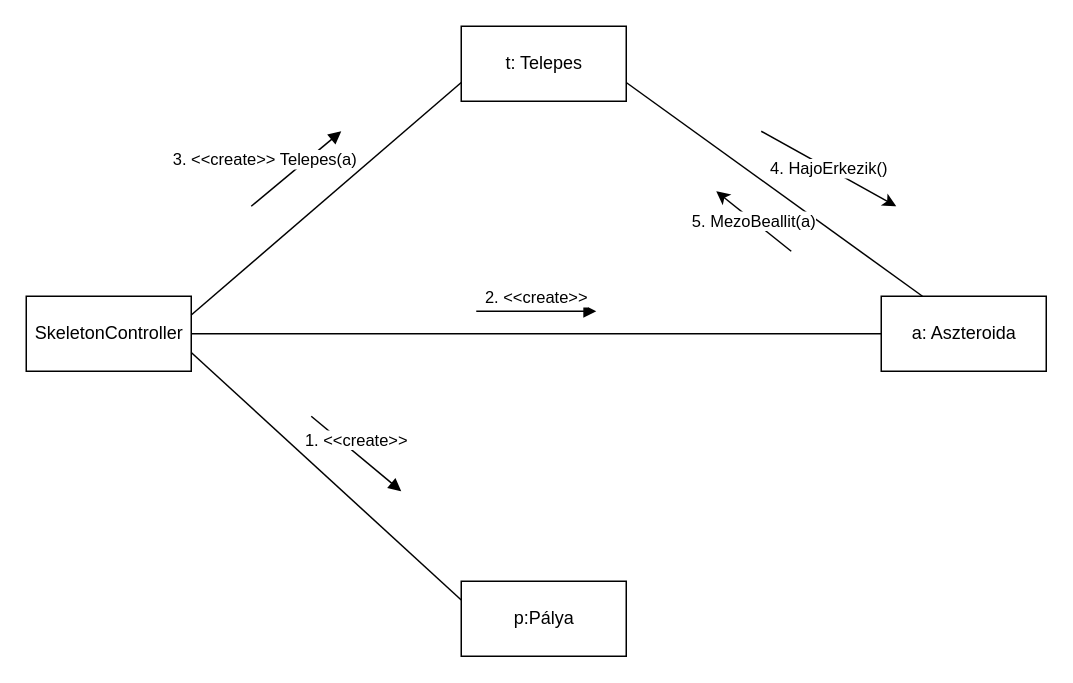
Earlier version of the draw.io diagram page "Page-1" (1 of 2) of doc/kommunikacio/kom_NapviharTelepes.drawio (torpeBoiGo/aszteroidabanyaszat). Source tidied: cells renumbered, new cells numbered last; positions are measured from the earlier drawing's top-left corner, leaving out a move shared by most shapes. Both pictures are drawn from the tidied source at 150%, with x=0, y=0 at pixel (26, 26).
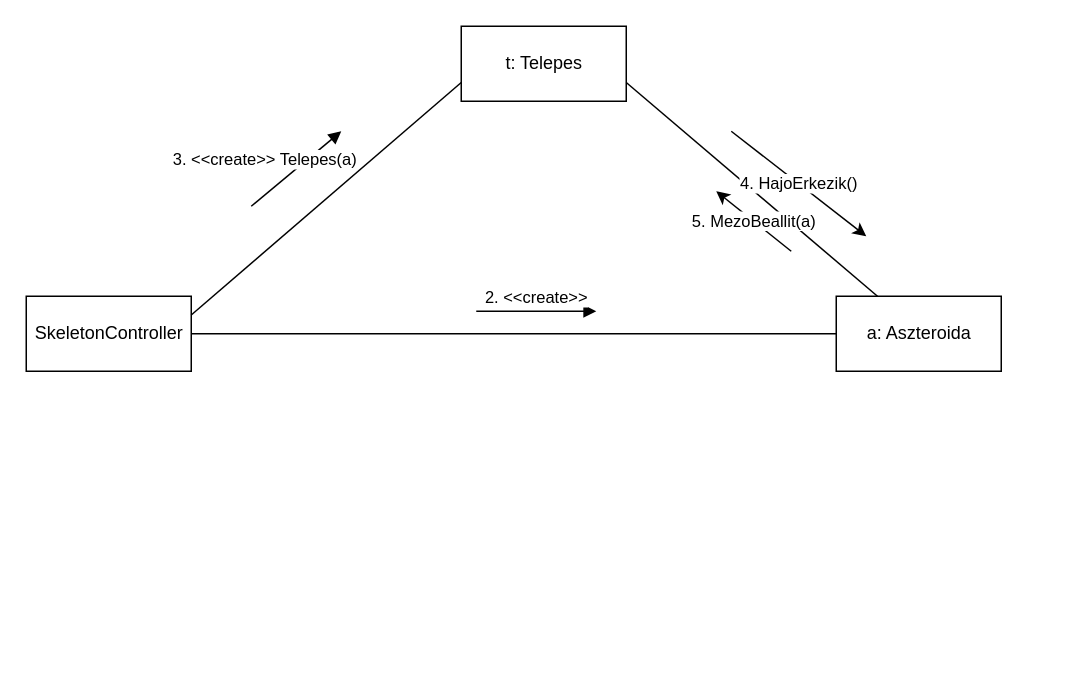
After the change.

Commit message:
nem kell Palya

What changed in the source:
```diff
@@
 <mxGraphModel>
   <root>
     <mxCell id="0" />
     <mxCell id="1" parent="0" />
     <mxCell id="2" value="SkeletonController" style="html=1;" parent="1" vertex="1">
       <mxGeometry y="180" width="110" height="50" as="geometry" />
     </mxCell>
     <mxCell id="3" value="t: Telepes" style="html=1;" parent="1" vertex="1">
       <mxGeometry x="290" width="110" height="50" as="geometry" />
     </mxCell>
     <mxCell id="4" value="a: Aszteroida" style="html=1;" parent="1" vertex="1">
-      <mxGeometry x="570" y="180" width="110" height="50" as="geometry" />
+      <mxGeometry x="540" y="180" width="110" height="50" as="geometry" />
     </mxCell>
-    <mxCell id="5" value="p:Pálya" style="html=1;" parent="1" vertex="1">
-      <mxGeometry x="290" y="370" width="110" height="50" as="geometry" />
-    </mxCell>
     <mxCell id="6" style="endArrow=none;html=1;exitX=1;exitY=0.25;exitDx=0;exitDy=0;entryX=0;entryY=0.75;entryDx=0;entryDy=0;" parent="1" edge="1" source="2" target="3">
       <mxGeometry relative="1" as="geometry" />
     </mxCell>
-    <mxCell id="7" style="endArrow=none;html=1;exitX=1;exitY=0.75;exitDx=0;exitDy=0;entryX=0;entryY=0.25;entryDx=0;entryDy=0;" parent="1" edge="1" source="2" target="5">
-      <mxGeometry relative="1" as="geometry" />
-    </mxCell>
     <mxCell id="8" style="endArrow=none;html=1;exitX=1;exitY=0.5;exitDx=0;exitDy=0;entryX=0;entryY=0.5;entryDx=0;entryDy=0;" parent="1" edge="1" source="2" target="4">
       <mxGeometry relative="1" as="geometry" />
     </mxCell>
     <mxCell id="9" value="3. &amp;lt;&amp;lt;create&amp;gt;&amp;gt; Telepes(a)" style="html=1;verticalAlign=bottom;endArrow=block;" parent="1" edge="1">
       <mxGeometry x="-0.46" y="11" relative="1" as="geometry">
         <mxPoint x="150" y="120" as="sourcePoint" />
         <mxPoint x="210" y="70" as="targetPoint" />
       </mxGeometry>
     </mxCell>
     <mxCell id="10" value="2. &amp;lt;&amp;lt;create&amp;gt;&amp;gt;" style="html=1;verticalAlign=bottom;endArrow=block;" parent="1" edge="1">
       <mxGeometry relative="1" as="geometry">
         <mxPoint x="300" y="190" as="sourcePoint" />
         <mxPoint x="380" y="190" as="targetPoint" />
       </mxGeometry>
     </mxCell>
-    <mxCell id="11" value="1. &amp;lt;&amp;lt;create&amp;gt;&amp;gt;" style="html=1;verticalAlign=bottom;endArrow=block;" parent="1" edge="1">
-      <mxGeometry relative="1" as="geometry">
-        <mxPoint x="190" y="260" as="sourcePoint" />
-        <mxPoint x="250" y="310" as="targetPoint" />
-      </mxGeometry>
-    </mxCell>
     <mxCell id="12" style="endArrow=none;html=1;entryX=1;entryY=0.75;entryDx=0;entryDy=0;exitX=0.25;exitY=0;exitDx=0;exitDy=0;" parent="1" edge="1" source="4" target="3">
       <mxGeometry relative="1" as="geometry" />
     </mxCell>
     <mxCell id="13" value="5. MezoBeallit(a)" style="endArrow=classic;html=1;" parent="1" edge="1">
       <mxGeometry relative="1" as="geometry">
         <mxPoint x="510" y="150" as="sourcePoint" />
         <mxPoint x="460" y="110" as="targetPoint" />
       </mxGeometry>
     </mxCell>
     <mxCell id="14" value="4. HajoErkezik()" style="endArrow=classic;html=1;" parent="1" edge="1">
       <mxGeometry relative="1" as="geometry">
-        <mxPoint x="490" y="70" as="sourcePoint" />
-        <mxPoint x="580" y="120" as="targetPoint" />
+        <mxPoint x="470" y="70" as="sourcePoint" />
+        <mxPoint x="560" y="140" as="targetPoint" />
       </mxGeometry>
     </mxCell>
   </root>
 </mxGraphModel>
```
